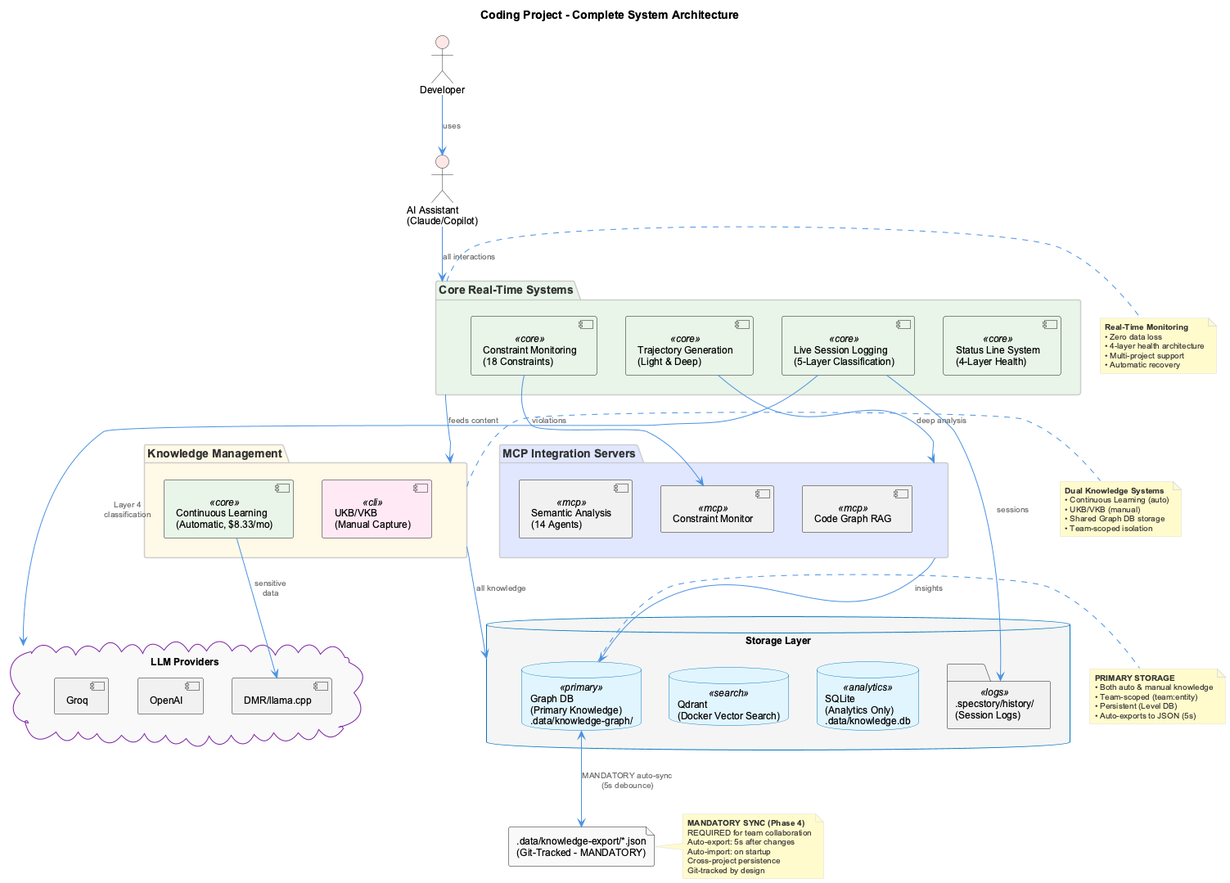
Before: docs-content/images/complete-system-overview.png, a diagram exported from PlantUML (fwornle/coding). Source of this version:
```plantuml
@startuml
!include _standard-style.puml

title Coding Project - Complete System Architecture

top to bottom direction

actor "Developer" as dev #FFE6E6
actor "AI Assistant\n(Claude/Copilot)" as ai #FFE6E6

dev -down-> ai : uses

package "Core Real-Time Systems" as realtime #E8F5E8 {
  component "Live Session Logging\n(5-Layer Classification)" as lsl <<core>>
  component "Constraint Monitoring\n(18 Constraints)" as constraints <<core>>
  component "Trajectory Generation\n(Light & Deep)" as trajectory <<core>>
  component "Status Line System\n(4-Layer Health)" as status <<core>>
}

ai -down-> realtime : all interactions

package "Knowledge Management" as km #FFF9E6 {
  component "Continuous Learning\n(Automatic, $8.33/mo)" as learning <<core>>
  component "UKB/VKB\n(Manual Capture)" as ukb <<cli>>
}

realtime -down-> km : feeds content

cloud "LLM Providers" as llm_providers #F8F8F8 {
  [Groq] as groq
  [OpenAI] as openai
  [DMR/llama.cpp] as localllm
}

lsl -down-> llm_providers : Layer 4\nclassification
learning -down-> localllm : sensitive\ndata

package "MCP Integration Servers" as mcp #E0E7FF {
  [Semantic Analysis\n(14 Agents)] as semantic <<mcp>>
  [Constraint Monitor] as mcp_constraint <<mcp>>
  [Code Graph RAG] as code_graph <<mcp>>
}

trajectory -down-> mcp : deep analysis
constraints -down-> mcp_constraint : violations

database "Storage Layer" as storage #F5F5F5 {
  database "Graph DB\n(Primary Knowledge)\n.data/knowledge-graph/" as graphdb <<primary>>
  database "Qdrant\n(Docker Vector Search)" as qdrant <<search>>
  database "SQLite\n(Analytics Only)\n.data/knowledge.db" as sqlite <<analytics>>
  folder ".specstory/history/\n(Session Logs)" as lsl_logs <<logs>>
}

file ".data/knowledge-export/*.json\n(Git-Tracked - MANDATORY)" as json #F9F9F9

km -down-> storage : all knowledge
lsl -down-> lsl_logs : sessions
mcp -down-> graphdb : insights
graphdb <-down-> json : MANDATORY auto-sync\n(5s debounce)

note right of realtime
  **Real-Time Monitoring**
  • Zero data loss
  • 4-layer health architecture
  • Multi-project support
  • Automatic recovery
end note

note right of km
  **Dual Knowledge Systems**
  • Continuous Learning (auto)
  • UKB/VKB (manual)
  • Shared Graph DB storage
  • Team-scoped isolation
end note

note right of graphdb
  **PRIMARY STORAGE**
  • Both auto & manual knowledge
  • Team-scoped (team:entity)
  • Persistent (Level DB)
  • Auto-exports to JSON (5s)
end note

note right of json
  **MANDATORY SYNC (Phase 4)**
  REQUIRED for team collaboration
  Auto-export: 5s after changes
  Auto-import: on startup
  Cross-project persistence
  Git-tracked by design
end note

@enduml
```
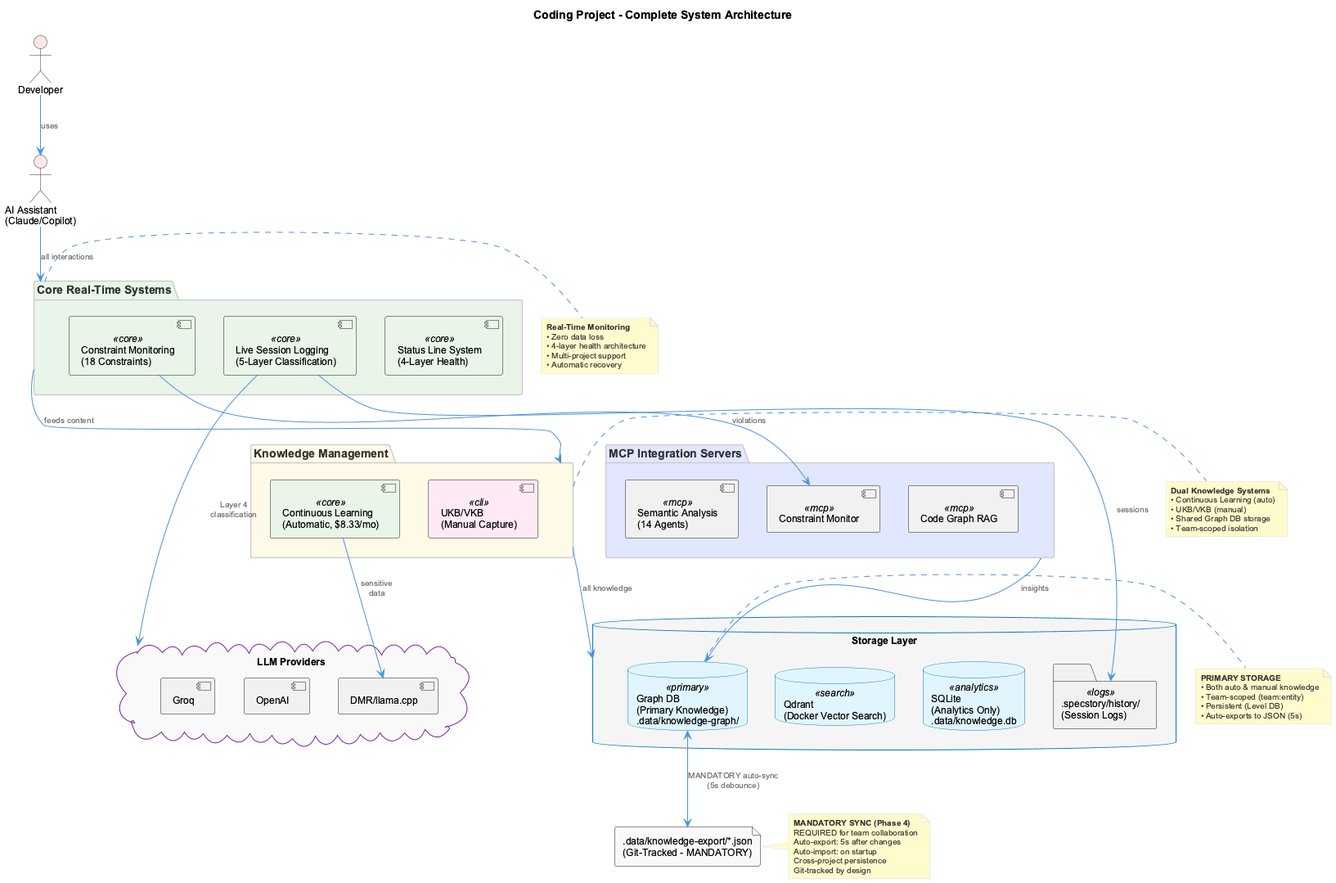
Above is the later version.

What changed in the source:
```diff
@@ -13,7 +13,6 @@
 package "Core Real-Time Systems" as realtime #E8F5E8 {
   component "Live Session Logging\n(5-Layer Classification)" as lsl <<core>>
   component "Constraint Monitoring\n(18 Constraints)" as constraints <<core>>
-  component "Trajectory Generation\n(Light & Deep)" as trajectory <<core>>
   component "Status Line System\n(4-Layer Health)" as status <<core>>
 }
 
@@ -41,7 +40,6 @@
   [Code Graph RAG] as code_graph <<mcp>>
 }
 
-trajectory -down-> mcp : deep analysis
 constraints -down-> mcp_constraint : violations
 
 database "Storage Layer" as storage #F5F5F5 {
```
